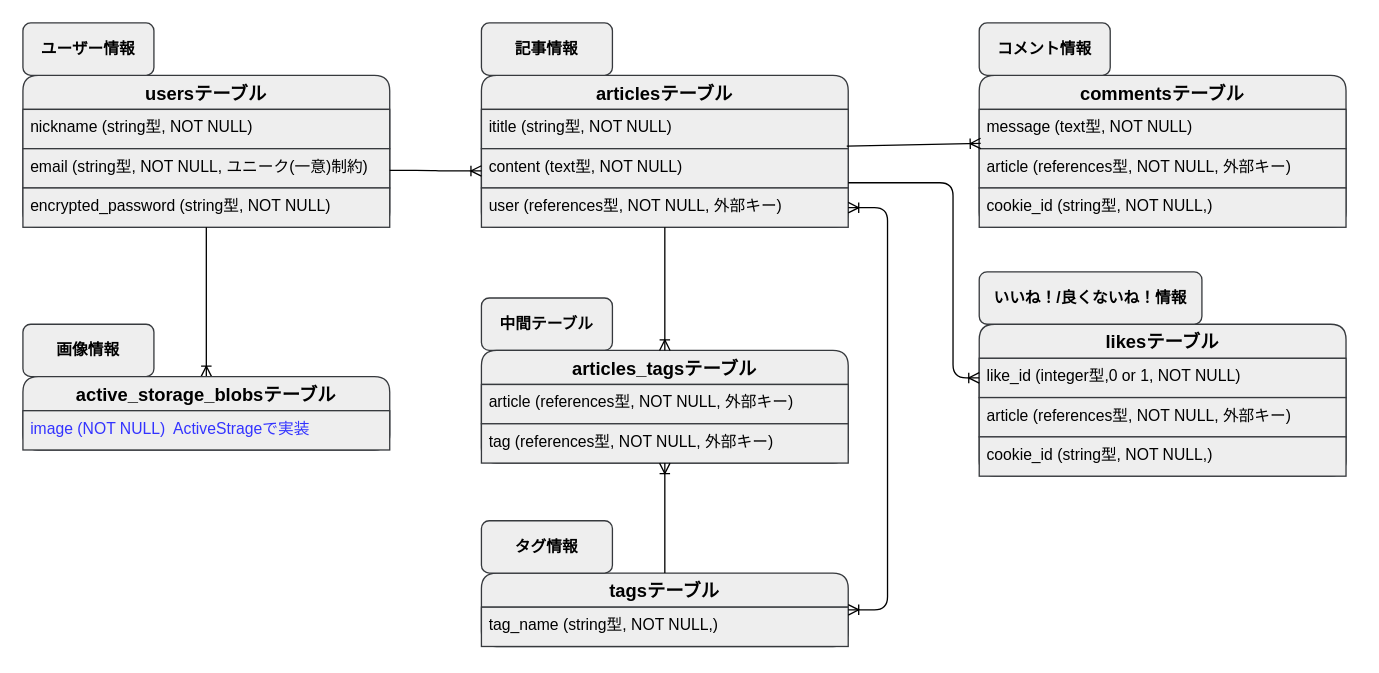
Above: ER図.dio in yoshitarotsuda/blogshreddedcabbage (draw.io), before the change. Source tidied: cells renumbered, new cells numbered last; positions are measured from the earlier drawing's top-left corner, leaving out a move shared by most shapes. Both pictures are drawn from the tidied source at 131%, with x=0, y=0 at pixel (22, 22).
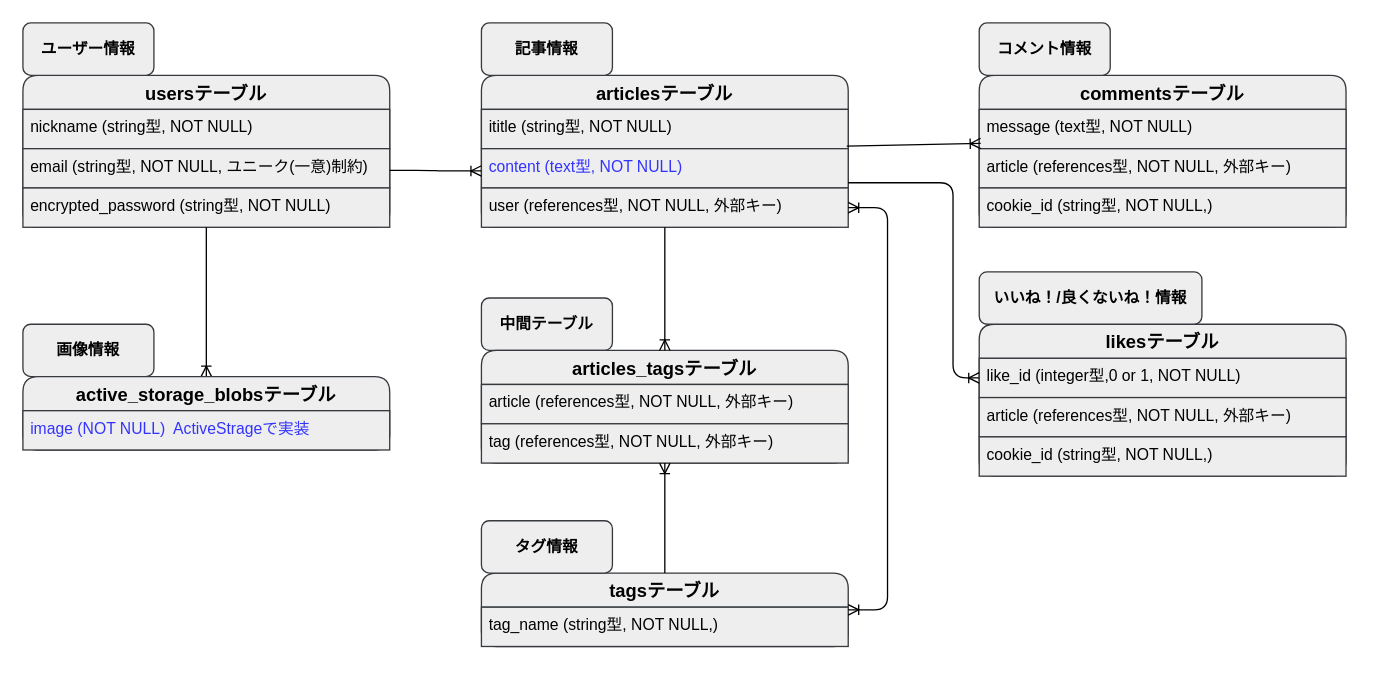
After the change.

Commit message (it also covers changes not shown here):
ログイン状態の確認

Unchanged cells that the change refers to:
```xml
<mxCell id="7" value="articlesテーブル" style="swimlane;fontStyle=1;horizontal=1;startSize=26;align=center;fontSize=14;rounded=1;labelBackgroundColor=none;fillColor=#eeeeee;strokeColor=#36393d;fontColor=#000000;" parent="1" vertex="1">
  <mxGeometry x="350" y="40" width="280" height="116" as="geometry" />
</mxCell>
```

The edit, as a diff of the source:
```diff
@@
-    <mxCell id="9" value="content (text型, NOT NULL)" style="text;strokeColor=#36393d;fillColor=#eeeeee;spacingLeft=4;spacingRight=4;overflow=hidden;points=[[0,0.5],[1,0.5]];portConstraint=eastwest;fontSize=12;fontColor=#000000;" parent="7" vertex="1">
+    <mxCell id="9" value="content (text型, NOT NULL)" style="text;strokeColor=#36393d;fillColor=#eeeeee;spacingLeft=4;spacingRight=4;overflow=hidden;points=[[0,0.5],[1,0.5]];portConstraint=eastwest;fontSize=12;fontColor=#3333FF;" parent="7" vertex="1">
       <mxGeometry y="56" width="280" height="30" as="geometry" />
     </mxCell>
```
